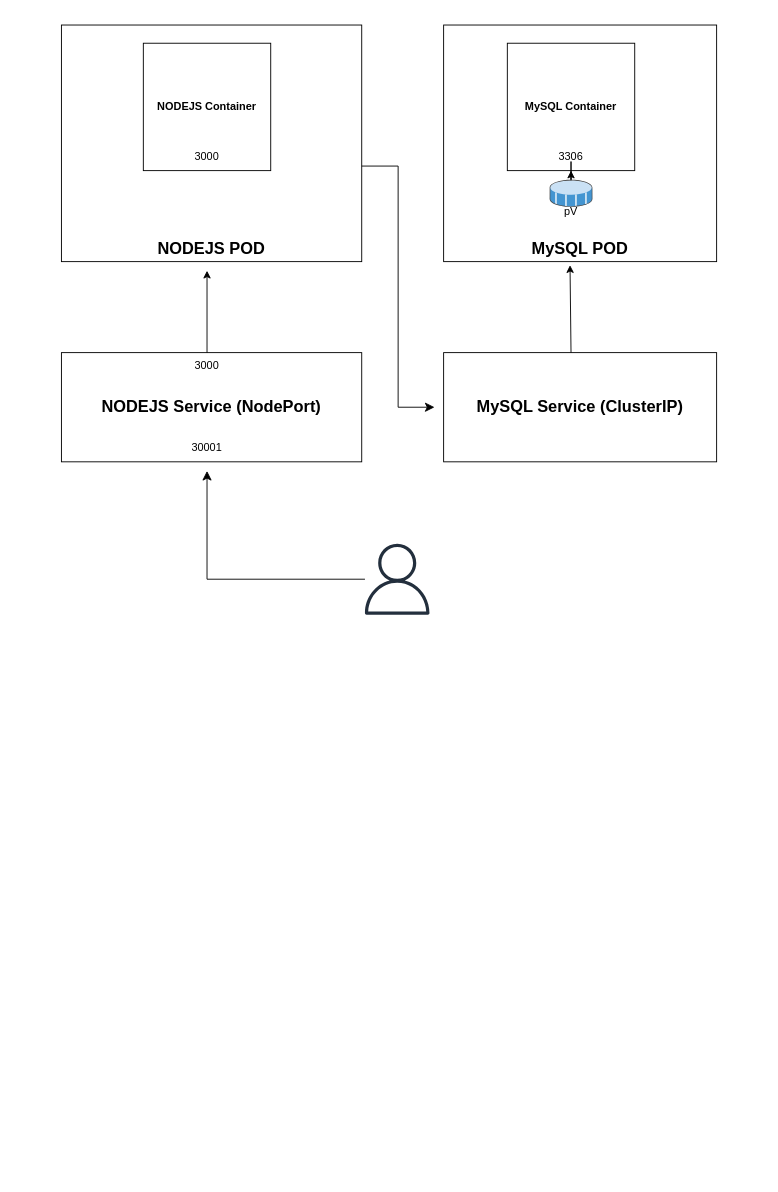
Above: Untitled Diagram.drawio in nawab312/containerized-web-app (draw.io), before the change. Source tidied: cells renumbered, new cells numbered last; positions are measured from the earlier drawing's top-left corner, leaving out a move shared by most shapes. Both pictures are drawn from the tidied source at 91%, with x=0, y=0 at pixel (61, 25).
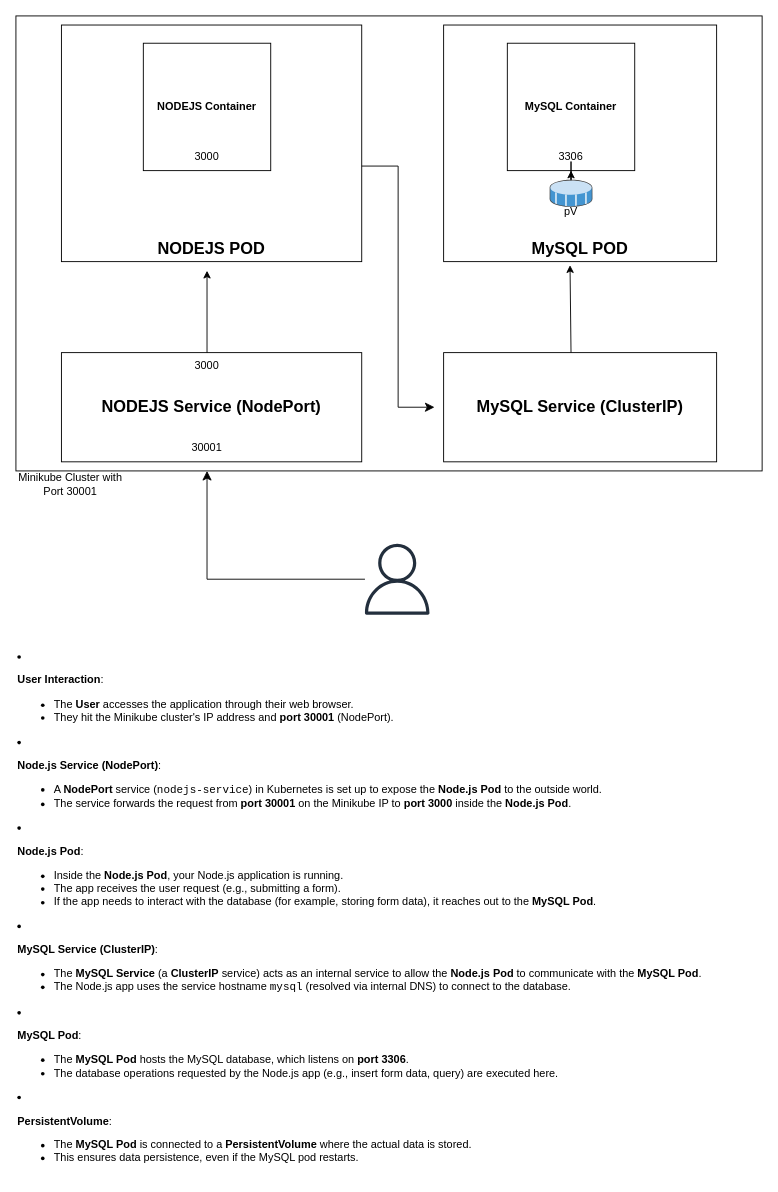
The same diagram, later.

What changed in the source:
```diff
@@
+    <mxCell id="20" style="rounded=0;whiteSpace=wrap;html=1;" parent="1" vertex="1">
+      <mxGeometry x="-50" y="-10" width="820" height="500" as="geometry" />
+    </mxCell>
@@
+    <mxCell id="21" value="Minikube Cluster with Port 30001" style="text;html=1;align=center;verticalAlign=middle;whiteSpace=wrap;rounded=0;" parent="1" vertex="1">
+      <mxGeometry x="-50" y="490" width="120" height="30" as="geometry" />
+    </mxCell>
+    <mxCell id="22" value="&lt;li&gt;&lt;p&gt;&lt;strong&gt;User Interaction&lt;/strong&gt;:&lt;/p&gt;&lt;ul&gt;&lt;li&gt;The &lt;strong&gt;User&lt;/strong&gt; accesses the application through their web browser.&lt;/li&gt;&lt;li&gt;They hit the Minikube cluster's IP address and &lt;strong&gt;port 30001&lt;/strong&gt; (NodePort).&lt;/li&gt;&lt;/ul&gt;&lt;/li&gt;&lt;li&gt;&lt;p&gt;&lt;strong&gt;Node.js Service (NodePort)&lt;/strong&gt;:&lt;/p&gt;&lt;ul&gt;&lt;li&gt;A &lt;strong&gt;NodePort&lt;/strong&gt; service (&lt;code&gt;nodejs-service&lt;/code&gt;) in Kubernetes is set up to expose the &lt;strong&gt;Node.js Pod&lt;/strong&gt; to the outside world.&lt;/li&gt;&lt;li&gt;The service forwards the request from &lt;strong&gt;port 30001&lt;/strong&gt; on the Minikube IP to &lt;strong&gt;port 3000&lt;/strong&gt; inside the &lt;strong&gt;Node.js Pod&lt;/strong&gt;.&lt;/li&gt;&lt;/ul&gt;&lt;/li&gt;&lt;li&gt;&lt;p&gt;&lt;strong&gt;Node.js Pod&lt;/strong&gt;:&lt;/p&gt;&lt;ul&gt;&lt;li&gt;Inside the &lt;strong&gt;Node.js Pod&lt;/strong&gt;, your Node.js application is running.&lt;/li&gt;&lt;li&gt;The app receives the user request (e.g., submitting a form).&lt;/li&gt;&lt;li&gt;If the app needs to interact with the database (for example, storing form data), it reaches out to the &lt;strong&gt;MySQL Pod&lt;/strong&gt;.&lt;/li&gt;&lt;/ul&gt;&lt;/li&gt;&lt;li&gt;&lt;p&gt;&lt;strong&gt;MySQL Service (ClusterIP)&lt;/strong&gt;:&lt;/p&gt;&lt;ul&gt;&lt;li&gt;The &lt;strong&gt;MySQL Service&lt;/strong&gt; (a &lt;strong&gt;ClusterIP&lt;/strong&gt; service) acts as an internal service to allow the &lt;strong&gt;Node.js Pod&lt;/strong&gt; to communicate with the &lt;strong&gt;MySQL Pod&lt;/strong&gt;.&lt;/li&gt;&lt;li&gt;The Node.js app uses the service hostname &lt;code&gt;mysql&lt;/code&gt; (resolved via internal DNS) to connect to the database.&lt;/li&gt;&lt;/ul&gt;&lt;/li&gt;&lt;li&gt;&lt;p&gt;&lt;strong&gt;MySQL Pod&lt;/strong&gt;:&lt;/p&gt;&lt;ul&gt;&lt;li&gt;The &lt;strong&gt;MySQL Pod&lt;/strong&gt; hosts the MySQL database, which listens on &lt;strong&gt;port 3306&lt;/strong&gt;.&lt;/li&gt;&lt;li&gt;The database operations requested by the Node.js app (e.g., insert form data, query) are executed here.&lt;/li&gt;&lt;/ul&gt;&lt;/li&gt;&lt;li&gt;&lt;p&gt;&lt;strong&gt;PersistentVolume&lt;/strong&gt;:&lt;/p&gt;&lt;ul&gt;&lt;li&gt;The &lt;strong&gt;MySQL Pod&lt;/strong&gt; is connected to a &lt;strong&gt;PersistentVolume&lt;/strong&gt; where the actual data is stored.&lt;/li&gt;&lt;li&gt;This ensures data persistence, even if the MySQL pod restarts.&lt;/li&gt;&lt;/ul&gt;&lt;/li&gt;" style="text;whiteSpace=wrap;html=1;" parent="1" vertex="1">
+      <mxGeometry x="-50" y="680" width="820" height="540" as="geometry" />
+    </mxCell>
```
